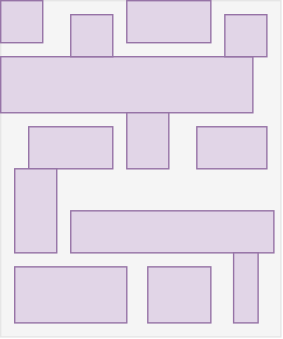
Above: Languages/CSS/illustrations/flowil.svg in sistembeyimiz-001/code-web (draw.io), before the change. Source tidied: cells renumbered, new cells last; positions are measured from the earlier drawing's top-left corner, leaving out a move shared by most shapes.
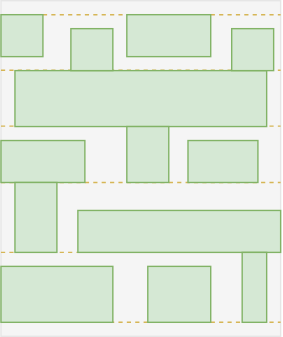
Above is the later version.

Diff of the diagram source:
```diff
@@ -5,43 +5,78 @@
     <mxCell id="2" style="rounded=0;whiteSpace=wrap;html=1;fillColor=#f5f5f5;strokeColor=#E6E6E6;fontColor=#333333;" parent="1" vertex="1">
       <mxGeometry width="200" height="240" as="geometry" />
     </mxCell>
+    <mxCell id="16" style="endArrow=none;dashed=1;html=1;exitX=0;exitY=0;exitDx=0;exitDy=0;entryX=1;entryY=0;entryDx=0;entryDy=0;fillColor=#fff2cc;strokeColor=#d6b656;" parent="1" edge="1" source="3">
+      <mxGeometry relative="1" as="geometry">
+        <mxPoint x="200" y="10" as="targetPoint" />
+      </mxGeometry>
+    </mxCell>
+    <mxCell id="17" style="endArrow=none;dashed=1;html=1;exitX=0;exitY=0;exitDx=0;exitDy=0;entryX=1;entryY=0;entryDx=0;entryDy=0;fillColor=#fff2cc;strokeColor=#d6b656;" parent="1" edge="1">
+      <mxGeometry relative="1" as="geometry">
+        <mxPoint y="49.7" as="sourcePoint" />
+        <mxPoint x="200" y="49.7" as="targetPoint" />
+      </mxGeometry>
+    </mxCell>
+    <mxCell id="18" style="endArrow=none;dashed=1;html=1;exitX=0;exitY=0;exitDx=0;exitDy=0;entryX=1;entryY=0;entryDx=0;entryDy=0;fillColor=#fff2cc;strokeColor=#d6b656;" parent="1" edge="1">
+      <mxGeometry relative="1" as="geometry">
+        <mxPoint y="89.7" as="sourcePoint" />
+        <mxPoint x="200" y="89.7" as="targetPoint" />
+      </mxGeometry>
+    </mxCell>
+    <mxCell id="19" style="endArrow=none;dashed=1;html=1;exitX=0;exitY=0;exitDx=0;exitDy=0;entryX=1;entryY=0;entryDx=0;entryDy=0;fillColor=#fff2cc;strokeColor=#d6b656;" parent="1" edge="1">
+      <mxGeometry relative="1" as="geometry">
+        <mxPoint y="130" as="sourcePoint" />
+        <mxPoint x="200" y="130" as="targetPoint" />
+      </mxGeometry>
+    </mxCell>
+    <mxCell id="20" style="endArrow=none;dashed=1;html=1;exitX=0;exitY=0;exitDx=0;exitDy=0;entryX=1;entryY=0;entryDx=0;entryDy=0;fillColor=#fff2cc;strokeColor=#d6b656;" parent="1" edge="1">
+      <mxGeometry relative="1" as="geometry">
+        <mxPoint y="180" as="sourcePoint" />
+        <mxPoint x="200" y="180" as="targetPoint" />
+      </mxGeometry>
+    </mxCell>
+    <mxCell id="21" style="endArrow=none;dashed=1;html=1;exitX=0;exitY=0;exitDx=0;exitDy=0;entryX=1;entryY=0;entryDx=0;entryDy=0;fillColor=#fff2cc;strokeColor=#d6b656;" parent="1" edge="1">
+      <mxGeometry relative="1" as="geometry">
+        <mxPoint y="230" as="sourcePoint" />
+        <mxPoint x="200" y="230" as="targetPoint" />
+      </mxGeometry>
+    </mxCell>
-    <mxCell id="3" style="rounded=0;whiteSpace=wrap;html=1;strokeColor=#9673a6;fillColor=#e1d5e7;" parent="1" vertex="1">
-      <mxGeometry width="30" height="30" as="geometry" />
+    <mxCell id="3" style="rounded=0;whiteSpace=wrap;html=1;strokeColor=#82b366;fillColor=#d5e8d4;" parent="1" vertex="1">
+      <mxGeometry y="10" width="30" height="30" as="geometry" />
     </mxCell>
-    <mxCell id="4" style="rounded=0;whiteSpace=wrap;html=1;strokeColor=#9673a6;fillColor=#e1d5e7;" parent="1" vertex="1">
-      <mxGeometry y="40" width="180" height="40" as="geometry" />
+    <mxCell id="4" style="rounded=0;whiteSpace=wrap;html=1;strokeColor=#82b366;fillColor=#d5e8d4;" parent="1" vertex="1">
+      <mxGeometry x="10" y="50" width="180" height="40" as="geometry" />
     </mxCell>
-    <mxCell id="5" style="rounded=0;whiteSpace=wrap;html=1;strokeColor=#9673a6;fillColor=#e1d5e7;" parent="1" vertex="1">
-      <mxGeometry x="20" y="90" width="60" height="30" as="geometry" />
+    <mxCell id="5" style="rounded=0;whiteSpace=wrap;html=1;strokeColor=#82b366;fillColor=#d5e8d4;" parent="1" vertex="1">
+      <mxGeometry y="100" width="60" height="30" as="geometry" />
     </mxCell>
-    <mxCell id="6" style="rounded=0;whiteSpace=wrap;html=1;strokeColor=#9673a6;fillColor=#e1d5e7;" parent="1" vertex="1">
-      <mxGeometry x="50" y="150" width="145" height="30" as="geometry" />
+    <mxCell id="6" style="rounded=0;whiteSpace=wrap;html=1;strokeColor=#82b366;fillColor=#d5e8d4;" parent="1" vertex="1">
+      <mxGeometry x="55" y="150" width="145" height="30" as="geometry" />
     </mxCell>
-    <mxCell id="7" style="rounded=0;whiteSpace=wrap;html=1;strokeColor=#9673a6;fillColor=#e1d5e7;" parent="1" vertex="1">
-      <mxGeometry x="10" y="190" width="80" height="40" as="geometry" />
+    <mxCell id="7" style="rounded=0;whiteSpace=wrap;html=1;strokeColor=#82b366;fillColor=#d5e8d4;" parent="1" vertex="1">
+      <mxGeometry y="190" width="80" height="40" as="geometry" />
     </mxCell>
-    <mxCell id="8" style="rounded=0;whiteSpace=wrap;html=1;strokeColor=#9673a6;fillColor=#e1d5e7;" parent="1" vertex="1">
-      <mxGeometry x="50" y="10" width="30" height="30" as="geometry" />
+    <mxCell id="8" style="rounded=0;whiteSpace=wrap;html=1;strokeColor=#82b366;fillColor=#d5e8d4;" parent="1" vertex="1">
+      <mxGeometry x="50" y="20" width="30" height="30" as="geometry" />
     </mxCell>
-    <mxCell id="9" style="rounded=0;whiteSpace=wrap;html=1;strokeColor=#9673a6;fillColor=#e1d5e7;" parent="1" vertex="1">
-      <mxGeometry x="90" y="80" width="30" height="40" as="geometry" />
+    <mxCell id="9" style="rounded=0;whiteSpace=wrap;html=1;strokeColor=#82b366;fillColor=#d5e8d4;" parent="1" vertex="1">
+      <mxGeometry x="90" y="90" width="30" height="40" as="geometry" />
     </mxCell>
-    <mxCell id="10" style="rounded=0;whiteSpace=wrap;html=1;strokeColor=#9673a6;fillColor=#e1d5e7;" parent="1" vertex="1">
-      <mxGeometry x="140" y="90" width="50" height="30" as="geometry" />
+    <mxCell id="10" style="rounded=0;whiteSpace=wrap;html=1;strokeColor=#82b366;fillColor=#d5e8d4;" parent="1" vertex="1">
+      <mxGeometry x="133.8" y="100" width="50" height="30" as="geometry" />
     </mxCell>
-    <mxCell id="11" style="rounded=0;whiteSpace=wrap;html=1;strokeColor=#9673a6;fillColor=#e1d5e7;" parent="1" vertex="1">
-      <mxGeometry x="160" y="10" width="30" height="30" as="geometry" />
+    <mxCell id="11" style="rounded=0;whiteSpace=wrap;html=1;strokeColor=#82b366;fillColor=#d5e8d4;" parent="1" vertex="1">
+      <mxGeometry x="165" y="20" width="30" height="30" as="geometry" />
     </mxCell>
-    <mxCell id="12" style="rounded=0;whiteSpace=wrap;html=1;strokeColor=#9673a6;fillColor=#e1d5e7;" parent="1" vertex="1">
-      <mxGeometry x="90" width="60" height="30" as="geometry" />
+    <mxCell id="12" style="rounded=0;whiteSpace=wrap;html=1;strokeColor=#82b366;fillColor=#d5e8d4;" parent="1" vertex="1">
+      <mxGeometry x="90" y="10" width="60" height="30" as="geometry" />
     </mxCell>
-    <mxCell id="13" style="rounded=0;whiteSpace=wrap;html=1;strokeColor=#9673a6;fillColor=#e1d5e7;" parent="1" vertex="1">
-      <mxGeometry x="10" y="120" width="30" height="60" as="geometry" />
+    <mxCell id="13" style="rounded=0;whiteSpace=wrap;html=1;strokeColor=#82b366;fillColor=#d5e8d4;" parent="1" vertex="1">
+      <mxGeometry x="10" y="130" width="30" height="50" as="geometry" />
     </mxCell>
-    <mxCell id="14" style="rounded=0;whiteSpace=wrap;html=1;strokeColor=#9673a6;fillColor=#e1d5e7;" parent="1" vertex="1">
-      <mxGeometry x="166.2" y="180" width="17.5" height="50" as="geometry" />
+    <mxCell id="14" style="rounded=0;whiteSpace=wrap;html=1;strokeColor=#82b366;fillColor=#d5e8d4;" parent="1" vertex="1">
+      <mxGeometry x="172.5" y="180" width="17.5" height="50" as="geometry" />
     </mxCell>
-    <mxCell id="15" style="rounded=0;whiteSpace=wrap;html=1;strokeColor=#9673a6;fillColor=#e1d5e7;" parent="1" vertex="1">
+    <mxCell id="15" style="rounded=0;whiteSpace=wrap;html=1;strokeColor=#82b366;fillColor=#d5e8d4;" parent="1" vertex="1">
       <mxGeometry x="105" y="190" width="45" height="40" as="geometry" />
     </mxCell>
   </root>
```
